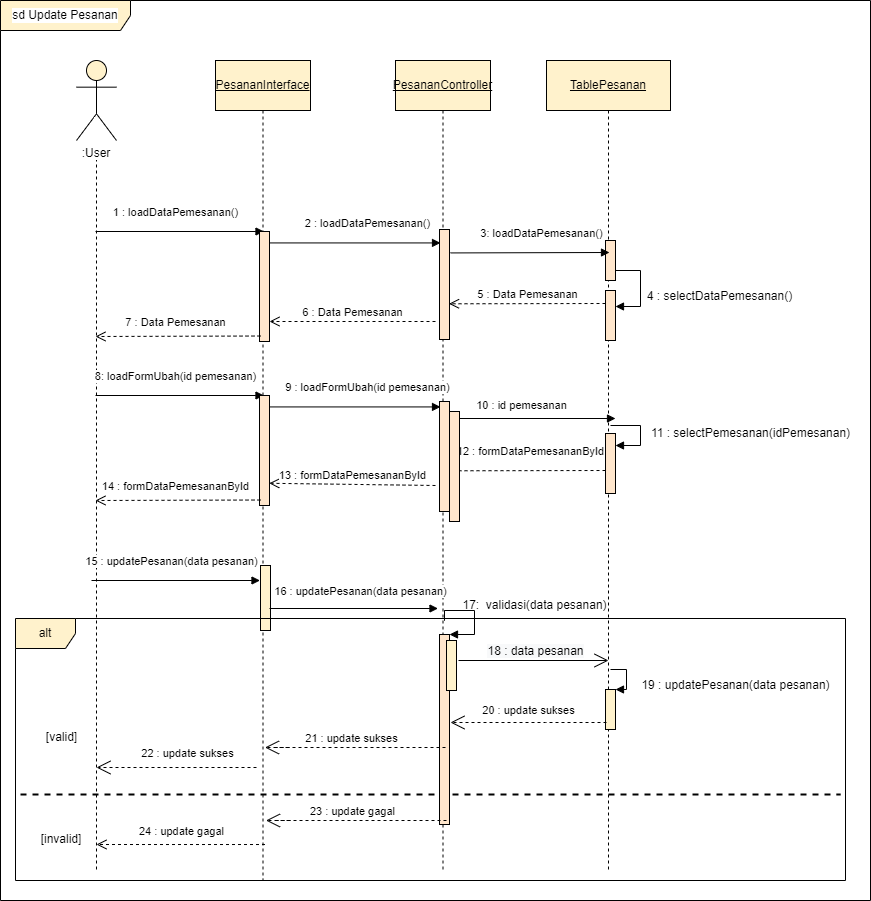
The draw.io diagram Revisi 2/diagram/diagram sq pemesanan-Seq. D. Ubah Pesanan.drawio.png in Maratussholikha11/TUGAS-AKHIR-MAR2, before a commit. Source tidied: cells renumbered, new cells last; positions are measured from the earlier drawing's top-left corner, leaving out a move shared by most shapes.
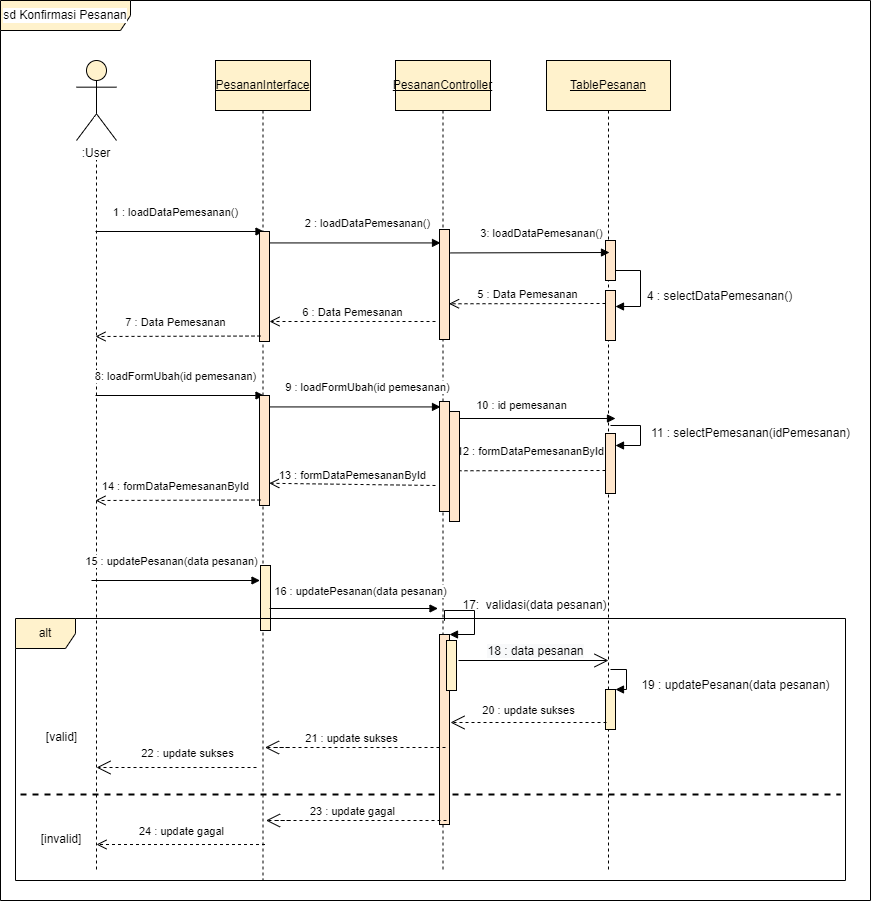
The same diagram one commit later.

What changed in the source:
```diff
@@ -134,7 +134,7 @@
     <mxCell id="25" value="[valid]" style="text;html=1;align=center;verticalAlign=middle;strokeColor=none;fillColor=none;" parent="1" vertex="1">
       <mxGeometry x="36" y="722" width="50" height="30" as="geometry" />
     </mxCell>
-    <mxCell id="26" value="sd Update Pesanan" style="shape=umlFrame;whiteSpace=wrap;html=1;labelBackgroundColor=#FFFFFF;strokeColor=#000000;fillColor=#fff2cc;width=130;height=30;" parent="1" vertex="1">
+    <mxCell id="26" value="sd Konfirmasi Pesanan" style="shape=umlFrame;whiteSpace=wrap;html=1;labelBackgroundColor=#FFFFFF;strokeColor=#000000;fillColor=#fff2cc;width=130;height=30;" parent="1" vertex="1">
       <mxGeometry width="870" height="900" as="geometry" />
     </mxCell>
     <mxCell id="27" value="8: loadFormUbah(id pemesanan)" style="html=1;verticalAlign=bottom;endArrow=block;rounded=0;" parent="1" edge="1">
```
